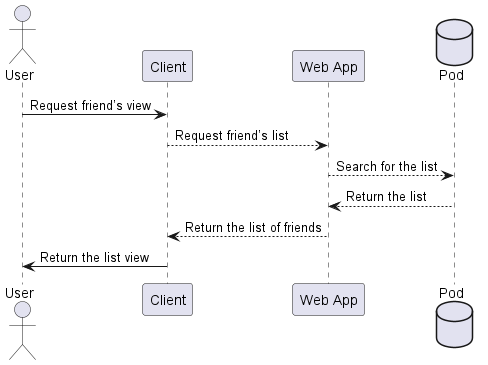
Earlier version of the PlantUML export images/sequencediagram-nearbyfriends.png (Arquisoft/lomap_es3a).
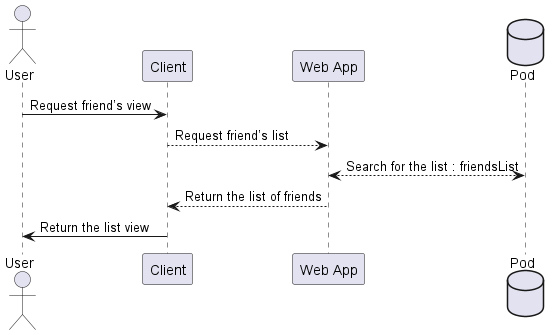
Above is the later version.

The edit, as a diff of the source:
```diff
@@ -5,8 +5,7 @@
 database Pod as "Pod"
 User -> Client: Request friend’s view
 Client --> W: Request friend’s list
-W --> Pod: Search for the list
-W <-- Pod: Return the list
+W <--> Pod: Search for the list : friendsList
 Client <-- W: Return the list of friends
 User <- Client: Return the list view
 @enduml
```
